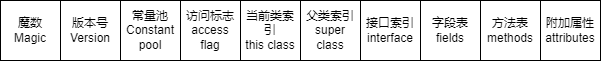
Earlier version of the draw.io export docs/resource/java/classfileconstruct.drawio.png (DeathKnightH/blog-src). Source tidied: cells renumbered, new cells last; positions are measured from the earlier drawing's top-left corner, leaving out a move shared by most shapes. Its diagram source:
```xml
<mxGraphModel>
  <root>
    <mxCell id="0" />
    <mxCell id="1" parent="0" />
    <mxCell id="2" style="shape=table;html=1;whiteSpace=wrap;startSize=0;" parent="1" vertex="1">
      <mxGeometry width="600" height="60" as="geometry" />
    </mxCell>
    <mxCell id="3" style="shape=partialRectangle;html=1;whiteSpace=wrap;fillColor=none;top=0;left=0;bottom=0;right=0;" parent="2" vertex="1">
      <mxGeometry width="600" height="60" as="geometry" />
    </mxCell>
    <mxCell id="4" value="魔数&lt;br&gt;Magic" style="shape=partialRectangle;html=1;whiteSpace=wrap;fillColor=none;top=0;left=0;bottom=0;right=0;overflow=hidden;" parent="3" vertex="1">
      <mxGeometry width="60" height="60" as="geometry" />
    </mxCell>
    <mxCell id="5" value="版本号&lt;br&gt;Version" style="shape=partialRectangle;html=1;whiteSpace=wrap;fillColor=none;top=0;left=0;bottom=0;right=0;overflow=hidden;" parent="3" vertex="1">
      <mxGeometry x="60" width="60" height="60" as="geometry" />
    </mxCell>
    <mxCell id="6" value="常量池&lt;br&gt;Constant pool" style="shape=partialRectangle;html=1;whiteSpace=wrap;fillColor=none;top=0;left=0;bottom=0;right=0;overflow=hidden;" parent="3" vertex="1">
      <mxGeometry x="120" width="60" height="60" as="geometry" />
    </mxCell>
    <mxCell id="7" value="访问标志&lt;br&gt;access flag" style="shape=partialRectangle;html=1;whiteSpace=wrap;fillColor=none;top=0;left=0;bottom=0;right=0;overflow=hidden;" parent="3" vertex="1">
      <mxGeometry x="180" width="60" height="60" as="geometry" />
    </mxCell>
    <mxCell id="8" value="当前类索引&lt;br&gt;this class" style="shape=partialRectangle;html=1;whiteSpace=wrap;fillColor=none;top=0;left=0;bottom=0;right=0;overflow=hidden;" parent="3" vertex="1">
      <mxGeometry x="240" width="60" height="60" as="geometry" />
    </mxCell>
    <mxCell id="9" value="父类索引&lt;br&gt;super class" style="shape=partialRectangle;html=1;whiteSpace=wrap;fillColor=none;top=0;left=0;bottom=0;right=0;overflow=hidden;" parent="3" vertex="1">
      <mxGeometry x="300" width="60" height="60" as="geometry" />
    </mxCell>
    <mxCell id="10" value="接口索引&lt;br&gt;interface" style="shape=partialRectangle;html=1;whiteSpace=wrap;fillColor=none;top=0;left=0;bottom=0;right=0;overflow=hidden;" parent="3" vertex="1">
      <mxGeometry x="360" width="60" height="60" as="geometry" />
    </mxCell>
    <mxCell id="11" value="字段表&lt;br&gt;fields" style="shape=partialRectangle;html=1;whiteSpace=wrap;fillColor=none;top=0;left=0;bottom=0;right=0;overflow=hidden;" parent="3" vertex="1">
      <mxGeometry x="420" width="60" height="60" as="geometry" />
    </mxCell>
    <mxCell id="12" value="方法表&lt;br&gt;methods" style="shape=partialRectangle;html=1;whiteSpace=wrap;fillColor=none;top=0;left=0;bottom=0;right=0;overflow=hidden;" parent="3" vertex="1">
      <mxGeometry x="480" width="60" height="60" as="geometry" />
    </mxCell>
    <mxCell id="13" value="附加属性&lt;br&gt;attributes" style="shape=partialRectangle;html=1;whiteSpace=wrap;fillColor=none;top=0;left=0;bottom=0;right=0;overflow=hidden;" parent="3" vertex="1">
      <mxGeometry x="540" width="60" height="60" as="geometry" />
    </mxCell>
  </root>
</mxGraphModel>
```
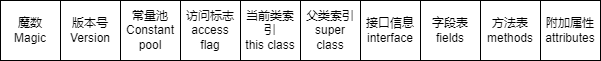
The same diagram one commit later.

Change to the diagram source:
```diff
@@ -26,7 +26,7 @@
     <mxCell id="9" value="父类索引&lt;br&gt;super class" style="shape=partialRectangle;html=1;whiteSpace=wrap;fillColor=none;top=0;left=0;bottom=0;right=0;overflow=hidden;" parent="3" vertex="1">
       <mxGeometry x="300" width="60" height="60" as="geometry" />
     </mxCell>
-    <mxCell id="10" value="接口索引&lt;br&gt;interface" style="shape=partialRectangle;html=1;whiteSpace=wrap;fillColor=none;top=0;left=0;bottom=0;right=0;overflow=hidden;" parent="3" vertex="1">
+    <mxCell id="10" value="接口信息&lt;br&gt;interface" style="shape=partialRectangle;html=1;whiteSpace=wrap;fillColor=none;top=0;left=0;bottom=0;right=0;overflow=hidden;" parent="3" vertex="1">
       <mxGeometry x="360" width="60" height="60" as="geometry" />
     </mxCell>
     <mxCell id="11" value="字段表&lt;br&gt;fields" style="shape=partialRectangle;html=1;whiteSpace=wrap;fillColor=none;top=0;left=0;bottom=0;right=0;overflow=hidden;" parent="3" vertex="1">
```
